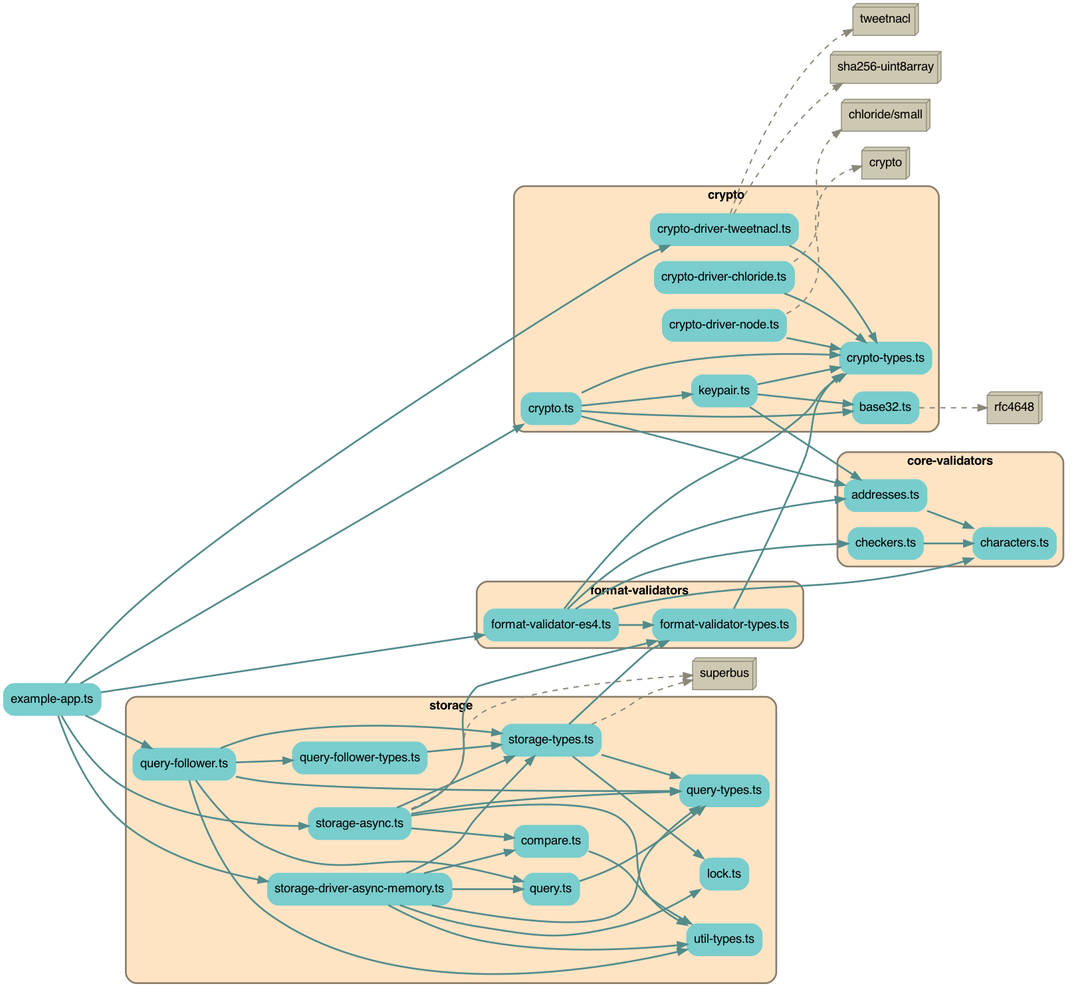
Above: depchart/depchart-deps.png in earthstar-project/earthstar (Graphviz), before the change. Its source is kept beside it as depchart/depchart-deps.dot. The source it was exported from:
```dot
digraph G {
    splines=true;
    rankdir=LR;
    compound=true;
    graph [fontname = "helvetica"];  // dpi=72
    node [fontname = "helvetica"];
    edge [fontname = "helvetica"];

        "src/example-app.ts" [label="example-app.ts", shape=rectangle; style="rounded,filled"; color=darkslategray3];

        subgraph cluster2936914699 {
            label=<<b>core-validators</b>>;
            style="rounded,filled";
            fillcolor=bisque;
            color=bisque4;
            penwidth=2;

            "src/core-validators/addresses.ts" [label="addresses.ts", shape=rectangle; style="rounded,filled"; color=darkslategray3];
            "src/core-validators/characters.ts" [label="characters.ts", shape=rectangle; style="rounded,filled"; color=darkslategray3];
            "src/core-validators/checkers.ts" [label="checkers.ts", shape=rectangle; style="rounded,filled"; color=darkslategray3];
        }

        subgraph cluster6872782039 {
            label=<<b>crypto</b>>;
            style="rounded,filled";
            fillcolor=bisque;
            color=bisque4;
            penwidth=2;

            "src/crypto/base32.ts" [label="base32.ts", shape=rectangle; style="rounded,filled"; color=darkslategray3];
            "src/crypto/crypto-driver-chloride.ts" [label="crypto-driver-chloride.ts", shape=rectangle; style="rounded,filled"; color=darkslategray3];
            "src/crypto/crypto-driver-node.ts" [label="crypto-driver-node.ts", shape=rectangle; style="rounded,filled"; color=darkslategray3];
            "src/crypto/crypto-driver-tweetnacl.ts" [label="crypto-driver-tweetnacl.ts", shape=rectangle; style="rounded,filled"; color=darkslategray3];
            "src/crypto/crypto-types.ts" [label="crypto-types.ts", shape=rectangle; style="rounded,filled"; color=darkslategray3];
            "src/crypto/crypto.ts" [label="crypto.ts", shape=rectangle; style="rounded,filled"; color=darkslategray3];
            "src/crypto/keypair.ts" [label="keypair.ts", shape=rectangle; style="rounded,filled"; color=darkslategray3];
        }

        subgraph cluster5607067845 {
            label=<<b>format-validators</b>>;
            style="rounded,filled";
            fillcolor=bisque;
            color=bisque4;
            penwidth=2;

            "src/format-validators/format-validator-es4.ts" [label="format-validator-es4.ts", shape=rectangle; style="rounded,filled"; color=darkslategray3];
            "src/format-validators/format-validator-types.ts" [label="format-validator-types.ts", shape=rectangle; style="rounded,filled"; color=darkslategray3];
        }

        subgraph cluster8524025651 {
            label=<<b>storage</b>>;
            style="rounded,filled";
            fillcolor=bisque;
            color=bisque4;
            penwidth=2;

            "src/storage/compare.ts" [label="compare.ts", shape=rectangle; style="rounded,filled"; color=darkslategray3];
            "src/storage/lock.ts" [label="lock.ts", shape=rectangle; style="rounded,filled"; color=darkslategray3];
            "src/storage/query-follower-types.ts" [label="query-follower-types.ts", shape=rectangle; style="rounded,filled"; color=darkslategray3];
            "src/storage/query-follower.ts" [label="query-follower.ts", shape=rectangle; style="rounded,filled"; color=darkslategray3];
            "src/storage/query-types.ts" [label="query-types.ts", shape=rectangle; style="rounded,filled"; color=darkslategray3];
            "src/storage/query.ts" [label="query.ts", shape=rectangle; style="rounded,filled"; color=darkslategray3];
            "src/storage/storage-async.ts" [label="storage-async.ts", shape=rectangle; style="rounded,filled"; color=darkslategray3];
            "src/storage/storage-driver-async-memory.ts" [label="storage-driver-async-memory.ts", shape=rectangle; style="rounded,filled"; color=darkslategray3];
            "src/storage/storage-types.ts" [label="storage-types.ts", shape=rectangle; style="rounded,filled"; color=darkslategray3];
            "src/storage/util-types.ts" [label="util-types.ts", shape=rectangle; style="rounded,filled"; color=darkslategray3];
        }

        "rfc4648" [shape=box3d, style=filled, fillcolor=cornsilk3, color=cornsilk4];
        "chloride/small" [shape=box3d, style=filled, fillcolor=cornsilk3, color=cornsilk4];
        "crypto" [shape=box3d, style=filled, fillcolor=cornsilk3, color=cornsilk4];
        "tweetnacl" [shape=box3d, style=filled, fillcolor=cornsilk3, color=cornsilk4];
        "sha256-uint8array" [shape=box3d, style=filled, fillcolor=cornsilk3, color=cornsilk4];
        "superbus" [shape=box3d, style=filled, fillcolor=cornsilk3, color=cornsilk4];

    "src/core-validators/addresses.ts" -> "src/core-validators/characters.ts" [penwidth=2; color=darkslategray4];
    "src/core-validators/checkers.ts" -> "src/core-validators/characters.ts" [penwidth=2; color=darkslategray4];
    "src/crypto/crypto-driver-chloride.ts" -> "src/crypto/crypto-types.ts" [penwidth=2; color=darkslategray4];
    "src/crypto/crypto-driver-node.ts" -> "src/crypto/crypto-types.ts" [penwidth=2; color=darkslategray4];
    "src/crypto/crypto-driver-tweetnacl.ts" -> "src/crypto/crypto-types.ts" [penwidth=2; color=darkslategray4];
    "src/crypto/crypto.ts" -> "src/crypto/crypto-types.ts" [penwidth=2; color=darkslategray4];
    "src/crypto/crypto.ts" -> "src/crypto/base32.ts" [penwidth=2; color=darkslategray4];
    "src/crypto/crypto.ts" -> "src/crypto/keypair.ts" [penwidth=2; color=darkslategray4];
    "src/crypto/crypto.ts" -> "src/core-validators/addresses.ts" [penwidth=2; color=darkslategray4];
    "src/crypto/keypair.ts" -> "src/crypto/base32.ts" [penwidth=2; color=darkslategray4];
    "src/crypto/keypair.ts" -> "src/crypto/crypto-types.ts" [penwidth=2; color=darkslategray4];
    "src/crypto/keypair.ts" -> "src/core-validators/addresses.ts" [penwidth=2; color=darkslategray4];
    "src/example-app.ts" -> "src/format-validators/format-validator-es4.ts" [penwidth=2; color=darkslategray4];
    "src/example-app.ts" -> "src/storage/storage-driver-async-memory.ts" [penwidth=2; color=darkslategray4];
    "src/example-app.ts" -> "src/storage/storage-async.ts" [penwidth=2; color=darkslategray4];
    "src/example-app.ts" -> "src/crypto/crypto.ts" [penwidth=2; color=darkslategray4];
    "src/example-app.ts" -> "src/crypto/crypto-driver-tweetnacl.ts" [penwidth=2; color=darkslategray4];
    "src/example-app.ts" -> "src/storage/query-follower.ts" [penwidth=2; color=darkslategray4];
    "src/format-validators/format-validator-es4.ts" -> "src/format-validators/format-validator-types.ts" [penwidth=2; color=darkslategray4];
    "src/format-validators/format-validator-es4.ts" -> "src/crypto/crypto-types.ts" [penwidth=2; color=darkslategray4];
    "src/format-validators/format-validator-es4.ts" -> "src/core-validators/characters.ts" [penwidth=2; color=darkslategray4];
    "src/format-validators/format-validator-es4.ts" -> "src/core-validators/checkers.ts" [penwidth=2; color=darkslategray4];
    "src/format-validators/format-validator-es4.ts" -> "src/core-validators/addresses.ts" [penwidth=2; color=darkslategray4];
    "src/format-validators/format-validator-types.ts" -> "src/crypto/crypto-types.ts" [penwidth=2; color=darkslategray4];
    "src/storage/compare.ts" -> "src/storage/util-types.ts" [penwidth=2; color=darkslategray4];
    "src/storage/query-follower-types.ts" -> "src/storage/storage-types.ts" [penwidth=2; color=darkslategray4];
    "src/storage/query-follower.ts" -> "src/storage/util-types.ts" [penwidth=2; color=darkslategray4];
    "src/storage/query-follower.ts" -> "src/storage/query-types.ts" [penwidth=2; color=darkslategray4];
    "src/storage/query-follower.ts" -> "src/storage/storage-types.ts" [penwidth=2; color=darkslategray4];
    "src/storage/query-follower.ts" -> "src/storage/query.ts" [penwidth=2; color=darkslategray4];
    "src/storage/query-follower.ts" -> "src/storage/query-follower-types.ts" [penwidth=2; color=darkslategray4];
    "src/storage/query.ts" -> "src/storage/query-types.ts" [penwidth=2; color=darkslategray4];
    "src/storage/storage-async.ts" -> "src/storage/util-types.ts" [penwidth=2; color=darkslategray4];
    "src/storage/storage-async.ts" -> "src/storage/query-types.ts" [penwidth=2; color=darkslategray4];
    "src/storage/storage-async.ts" -> "src/storage/storage-types.ts" [penwidth=2; color=darkslategray4];
    "src/storage/storage-async.ts" -> "src/format-validators/format-validator-types.ts" [penwidth=2; color=darkslategray4];
    "src/storage/storage-async.ts" -> "src/storage/compare.ts" [penwidth=2; color=darkslategray4];
    "src/storage/storage-driver-async-memory.ts" -> "src/storage/util-types.ts" [penwidth=2; color=darkslategray4];
    "src/storage/storage-driver-async-memory.ts" -> "src/storage/query-types.ts" [penwidth=2; color=darkslategray4];
    "src/storage/storage-driver-async-memory.ts" -> "src/storage/storage-types.ts" [penwidth=2; color=darkslategray4];
    "src/storage/storage-driver-async-memory.ts" -> "src/storage/compare.ts" [penwidth=2; color=darkslategray4];
    "src/storage/storage-driver-async-memory.ts" -> "src/storage/query.ts" [penwidth=2; color=darkslategray4];
    "src/storage/storage-driver-async-memory.ts" -> "src/storage/lock.ts" [penwidth=2; color=darkslategray4];
    "src/storage/storage-types.ts" -> "src/storage/query-types.ts" [penwidth=2; color=darkslategray4];
    "src/storage/storage-types.ts" -> "src/format-validators/format-validator-types.ts" [penwidth=2; color=darkslategray4];
    "src/storage/storage-types.ts" -> "src/storage/lock.ts" [penwidth=2; color=darkslategray4];

    "src/crypto/base32.ts" -> "rfc4648" [penwidth=1.5; style=dashed, color=cornsilk4, weight=1];
    "src/crypto/crypto-driver-chloride.ts" -> "chloride/small" [penwidth=1.5; style=dashed, color=cornsilk4, weight=1];
    "src/crypto/crypto-driver-node.ts" -> "crypto" [penwidth=1.5; style=dashed, color=cornsilk4, weight=1];
    "src/crypto/crypto-driver-tweetnacl.ts" -> "tweetnacl" [penwidth=1.5; style=dashed, color=cornsilk4, weight=1];
    "src/crypto/crypto-driver-tweetnacl.ts" -> "sha256-uint8array" [penwidth=1.5; style=dashed, color=cornsilk4, weight=1];
    "src/storage/storage-async.ts" -> "superbus" [penwidth=1.5; style=dashed, color=cornsilk4, weight=1];
    "src/storage/storage-types.ts" -> "superbus" [penwidth=1.5; style=dashed, color=cornsilk4, weight=1];

}
```
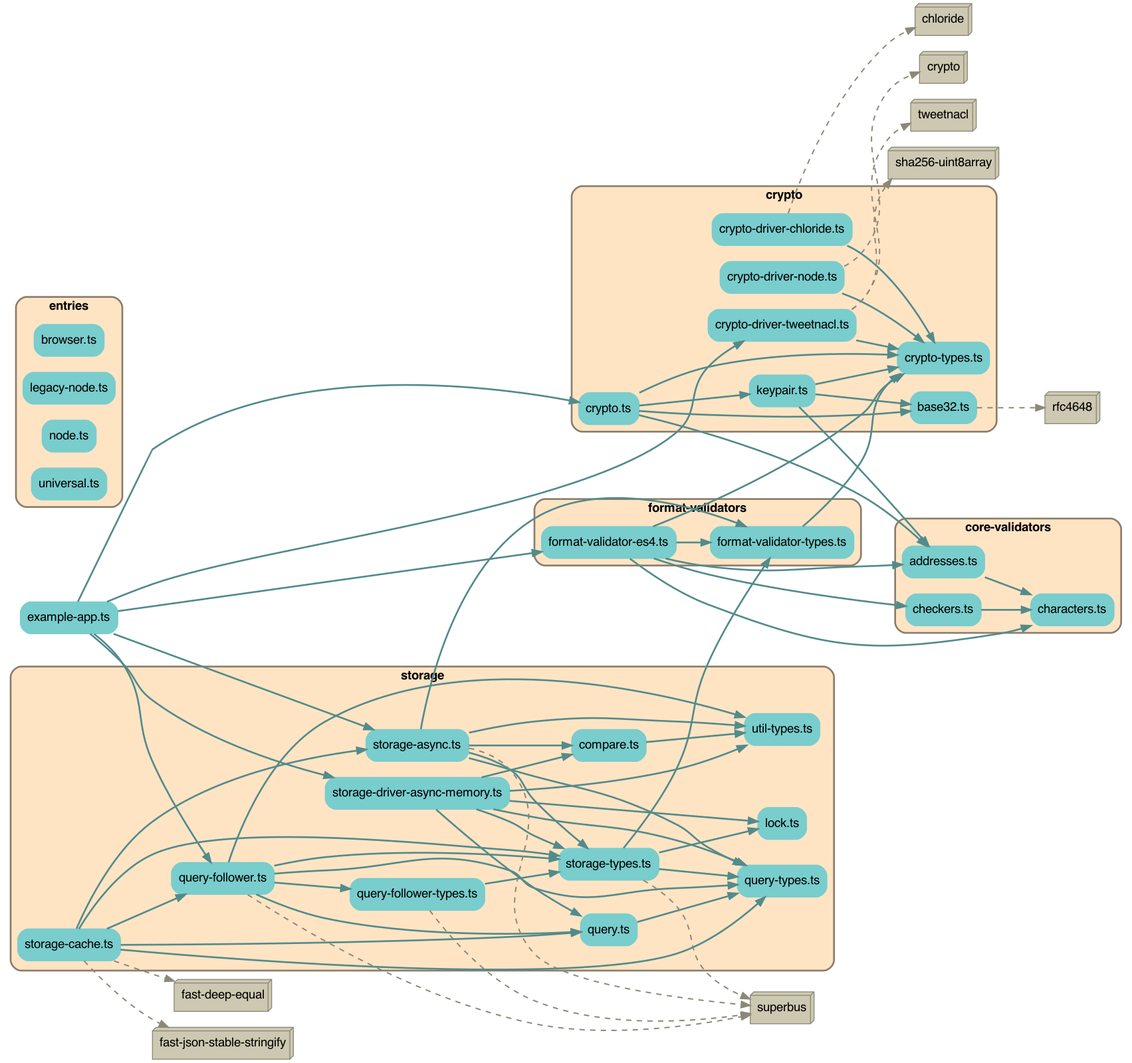
Later version of the same file.

The edit, as a diff of the source:
```diff
@@ -8,7 +8,7 @@
 
         "src/example-app.ts" [label="example-app.ts", shape=rectangle; style="rounded,filled"; color=darkslategray3];
 
-        subgraph cluster2936914699 {
+        subgraph cluster8078889439 {
             label=<<b>core-validators</b>>;
             style="rounded,filled";
             fillcolor=bisque;
@@ -20,7 +20,7 @@
             "src/core-validators/checkers.ts" [label="checkers.ts", shape=rectangle; style="rounded,filled"; color=darkslategray3];
         }
 
-        subgraph cluster6872782039 {
+        subgraph cluster6164103423 {
             label=<<b>crypto</b>>;
             style="rounded,filled";
             fillcolor=bisque;
@@ -36,7 +36,20 @@
             "src/crypto/keypair.ts" [label="keypair.ts", shape=rectangle; style="rounded,filled"; color=darkslategray3];
         }
 
-        subgraph cluster5607067845 {
+        subgraph cluster4865579826 {
+            label=<<b>entries</b>>;
+            style="rounded,filled";
+            fillcolor=bisque;
+            color=bisque4;
+            penwidth=2;
+
+            "src/entries/browser.ts" [label="browser.ts", shape=rectangle; style="rounded,filled"; color=darkslategray3];
+            "src/entries/legacy-node.ts" [label="legacy-node.ts", shape=rectangle; style="rounded,filled"; color=darkslategray3];
+            "src/entries/node.ts" [label="node.ts", shape=rectangle; style="rounded,filled"; color=darkslategray3];
+            "src/entries/universal.ts" [label="universal.ts", shape=rectangle; style="rounded,filled"; color=darkslategray3];
+        }
+
+        subgraph cluster4397893630 {
             label=<<b>format-validators</b>>;
             style="rounded,filled";
             fillcolor=bisque;
@@ -47,7 +60,7 @@
             "src/format-validators/format-validator-types.ts" [label="format-validator-types.ts", shape=rectangle; style="rounded,filled"; color=darkslategray3];
         }
 
-        subgraph cluster8524025651 {
+        subgraph cluster1190468158 {
             label=<<b>storage</b>>;
             style="rounded,filled";
             fillcolor=bisque;
@@ -61,17 +74,20 @@
             "src/storage/query-types.ts" [label="query-types.ts", shape=rectangle; style="rounded,filled"; color=darkslategray3];
             "src/storage/query.ts" [label="query.ts", shape=rectangle; style="rounded,filled"; color=darkslategray3];
             "src/storage/storage-async.ts" [label="storage-async.ts", shape=rectangle; style="rounded,filled"; color=darkslategray3];
+            "src/storage/storage-cache.ts" [label="storage-cache.ts", shape=rectangle; style="rounded,filled"; color=darkslategray3];
             "src/storage/storage-driver-async-memory.ts" [label="storage-driver-async-memory.ts", shape=rectangle; style="rounded,filled"; color=darkslategray3];
             "src/storage/storage-types.ts" [label="storage-types.ts", shape=rectangle; style="rounded,filled"; color=darkslategray3];
             "src/storage/util-types.ts" [label="util-types.ts", shape=rectangle; style="rounded,filled"; color=darkslategray3];
         }
 
         "rfc4648" [shape=box3d, style=filled, fillcolor=cornsilk3, color=cornsilk4];
-        "chloride/small" [shape=box3d, style=filled, fillcolor=cornsilk3, color=cornsilk4];
+        "chloride" [shape=box3d, style=filled, fillcolor=cornsilk3, color=cornsilk4];
         "crypto" [shape=box3d, style=filled, fillcolor=cornsilk3, color=cornsilk4];
         "tweetnacl" [shape=box3d, style=filled, fillcolor=cornsilk3, color=cornsilk4];
         "sha256-uint8array" [shape=box3d, style=filled, fillcolor=cornsilk3, color=cornsilk4];
         "superbus" [shape=box3d, style=filled, fillcolor=cornsilk3, color=cornsilk4];
+        "fast-deep-equal" [shape=box3d, style=filled, fillcolor=cornsilk3, color=cornsilk4];
+        "fast-json-stable-stringify" [shape=box3d, style=filled, fillcolor=cornsilk3, color=cornsilk4];
 
     "src/core-validators/addresses.ts" -> "src/core-validators/characters.ts" [penwidth=2; color=darkslategray4];
     "src/core-validators/checkers.ts" -> "src/core-validators/characters.ts" [penwidth=2; color=darkslategray4];
@@ -110,6 +126,11 @@
     "src/storage/storage-async.ts" -> "src/storage/storage-types.ts" [penwidth=2; color=darkslategray4];
     "src/storage/storage-async.ts" -> "src/format-validators/format-validator-types.ts" [penwidth=2; color=darkslategray4];
     "src/storage/storage-async.ts" -> "src/storage/compare.ts" [penwidth=2; color=darkslategray4];
+    "src/storage/storage-cache.ts" -> "src/storage/query.ts" [penwidth=2; color=darkslategray4];
+    "src/storage/storage-cache.ts" -> "src/storage/query-follower.ts" [penwidth=2; color=darkslategray4];
+    "src/storage/storage-cache.ts" -> "src/storage/query-types.ts" [penwidth=2; color=darkslategray4];
+    "src/storage/storage-cache.ts" -> "src/storage/storage-async.ts" [penwidth=2; color=darkslategray4];
+    "src/storage/storage-cache.ts" -> "src/storage/storage-types.ts" [penwidth=2; color=darkslategray4];
     "src/storage/storage-driver-async-memory.ts" -> "src/storage/util-types.ts" [penwidth=2; color=darkslategray4];
     "src/storage/storage-driver-async-memory.ts" -> "src/storage/query-types.ts" [penwidth=2; color=darkslategray4];
     "src/storage/storage-driver-async-memory.ts" -> "src/storage/storage-types.ts" [penwidth=2; color=darkslategray4];
@@ -121,11 +142,15 @@
     "src/storage/storage-types.ts" -> "src/storage/lock.ts" [penwidth=2; color=darkslategray4];
 
     "src/crypto/base32.ts" -> "rfc4648" [penwidth=1.5; style=dashed, color=cornsilk4, weight=1];
-    "src/crypto/crypto-driver-chloride.ts" -> "chloride/small" [penwidth=1.5; style=dashed, color=cornsilk4, weight=1];
+    "src/crypto/crypto-driver-chloride.ts" -> "chloride" [penwidth=1.5; style=dashed, color=cornsilk4, weight=1];
     "src/crypto/crypto-driver-node.ts" -> "crypto" [penwidth=1.5; style=dashed, color=cornsilk4, weight=1];
     "src/crypto/crypto-driver-tweetnacl.ts" -> "tweetnacl" [penwidth=1.5; style=dashed, color=cornsilk4, weight=1];
     "src/crypto/crypto-driver-tweetnacl.ts" -> "sha256-uint8array" [penwidth=1.5; style=dashed, color=cornsilk4, weight=1];
+    "src/storage/query-follower-types.ts" -> "superbus" [penwidth=1.5; style=dashed, color=cornsilk4, weight=1];
+    "src/storage/query-follower.ts" -> "superbus" [penwidth=1.5; style=dashed, color=cornsilk4, weight=1];
     "src/storage/storage-async.ts" -> "superbus" [penwidth=1.5; style=dashed, color=cornsilk4, weight=1];
+    "src/storage/storage-cache.ts" -> "fast-deep-equal" [penwidth=1.5; style=dashed, color=cornsilk4, weight=1];
+    "src/storage/storage-cache.ts" -> "fast-json-stable-stringify" [penwidth=1.5; style=dashed, color=cornsilk4, weight=1];
     "src/storage/storage-types.ts" -> "superbus" [penwidth=1.5; style=dashed, color=cornsilk4, weight=1];
 
 }
```
